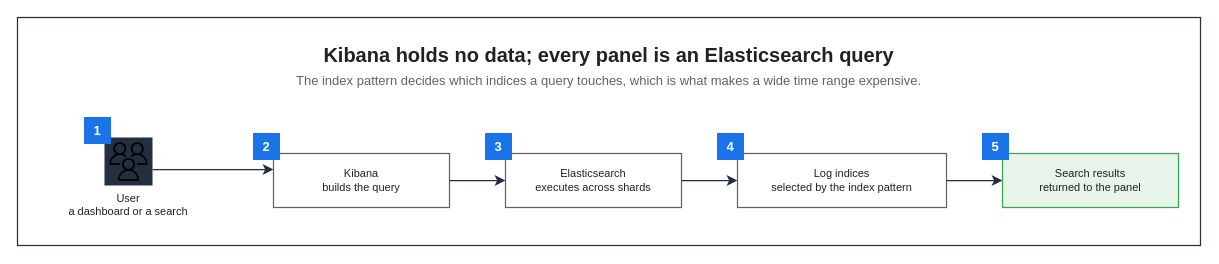
KKamJi98/kkamji98.github.io keeps this draw.io diagram as assets/img/observability/kibana-query-flow.drawio. Above is the earlier version. Source tidied: cells renumbered, new cells numbered last; positions are measured from the earlier drawing's top-left corner, leaving out a move shared by most shapes. Both pictures are drawn from the tidied source at 100%, with x=0, y=0 at pixel (17, 17).
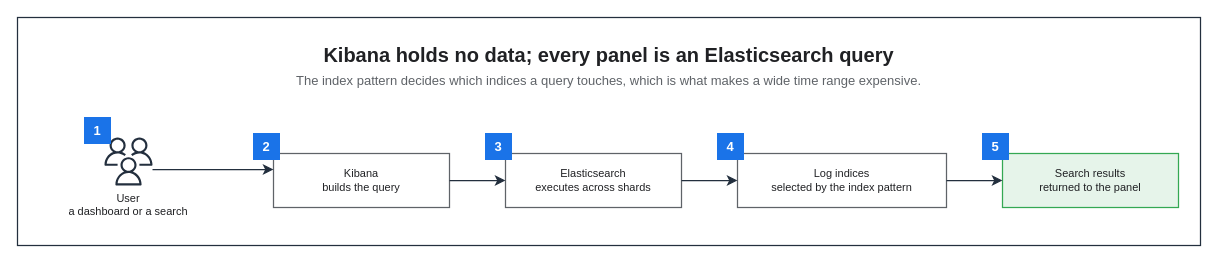
The same page after the edit.

Diff of the diagram source:
```diff
@@
 <mxGraphModel background="#FFFFFF">
   <root>
     <mxCell id="0" />
     <mxCell id="1" parent="0" />
     <mxCell id="2" style="rounded=0;html=0;fillColor=none;strokeColor=#232F3E;fontColor=#202124;strokeWidth=1.25;" parent="1" vertex="1">
       <mxGeometry width="1183" height="228" as="geometry" />
     </mxCell>
     <mxCell id="3" value="Kibana holds no data; every panel is an Elasticsearch query" style="text;html=0;whiteSpace=wrap;fillColor=none;strokeColor=none;fontColor=#202124;fontSize=20;fontStyle=1;align=center;verticalAlign=middle;" parent="1" vertex="1">
       <mxGeometry x="22" y="22" width="1139" height="30" as="geometry" />
     </mxCell>
     <mxCell id="4" value="The index pattern decides which indices a query touches, which is what makes a wide time range expensive." style="text;html=0;whiteSpace=wrap;fillColor=none;strokeColor=none;fontColor=#5F6368;fontSize=13;fontStyle=0;align=center;verticalAlign=middle;" parent="1" vertex="1">
       <mxGeometry x="22" y="52" width="1139" height="22" as="geometry" />
     </mxCell>
-    <mxCell id="5" value="User&#10;a dashboard or a search" style="sketch=0;outlineConnect=0;gradientColor=none;html=0;whiteSpace=nowrap;fontSize=11;fontStyle=0;fontColor=#202124;verticalLabelPosition=bottom;verticalAlign=top;align=center;labelBackgroundColor=none;fillColor=#232F3E;strokeColor=none;dashed=0;shape=mxgraph.aws4.resourceIcon;resIcon=mxgraph.aws4.users;" parent="1" vertex="1">
+    <mxCell id="5" value="User&#10;a dashboard or a search" style="sketch=0;outlineConnect=0;gradientColor=none;html=0;whiteSpace=nowrap;fontSize=11;fontStyle=0;fontColor=#202124;verticalLabelPosition=bottom;verticalAlign=top;align=center;labelBackgroundColor=none;fillColor=#232F3E;strokeColor=none;dashed=0;shape=mxgraph.aws4.users;" parent="1" vertex="1">
       <mxGeometry x="87" y="120" width="48" height="48" as="geometry" />
     </mxCell>
     <mxCell id="6" value="Kibana&#10;builds the query" style="rounded=0;whiteSpace=wrap;html=0;fillColor=#FFFFFF;strokeColor=#5F6368;fontColor=#202124;fontSize=11;fontStyle=0;align=center;verticalAlign=middle;spacingLeft=6;spacingRight=6;strokeWidth=1.25;" parent="1" vertex="1">
       <mxGeometry x="256" y="136" width="176" height="54" as="geometry" />
     </mxCell>
     <mxCell id="7" value="Elasticsearch&#10;executes across shards" style="rounded=0;whiteSpace=wrap;html=0;fillColor=#FFFFFF;strokeColor=#5F6368;fontColor=#202124;fontSize=11;fontStyle=0;align=center;verticalAlign=middle;spacingLeft=6;spacingRight=6;strokeWidth=1.25;" parent="1" vertex="1">
       <mxGeometry x="488" y="136" width="176" height="54" as="geometry" />
     </mxCell>
     <mxCell id="8" value="Log indices&#10;selected by the index pattern" style="rounded=0;whiteSpace=wrap;html=0;fillColor=#FFFFFF;strokeColor=#5F6368;fontColor=#202124;fontSize=11;fontStyle=0;align=center;verticalAlign=middle;spacingLeft=6;spacingRight=6;strokeWidth=1.25;" parent="1" vertex="1">
       <mxGeometry x="720" y="136" width="209" height="54" as="geometry" />
     </mxCell>
     <mxCell id="9" value="Search results&#10;returned to the panel" style="rounded=0;whiteSpace=wrap;html=0;fillColor=#E6F4EA;strokeColor=#34A853;fontColor=#202124;fontSize=11;fontStyle=0;align=center;verticalAlign=middle;spacingLeft=6;spacingRight=6;strokeWidth=1.25;" parent="1" vertex="1">
       <mxGeometry x="985" y="136" width="176" height="54" as="geometry" />
     </mxCell>
     <mxCell id="10" value="1" style="rounded=0;whiteSpace=wrap;html=0;fillColor=#1A73E8;strokeColor=#1A73E8;fontColor=#FFFFFF;fontSize=13;fontStyle=1;align=center;verticalAlign=middle;" parent="1" vertex="1">
       <mxGeometry x="67" y="100" width="26" height="26" as="geometry" />
     </mxCell>
     <mxCell id="11" value="2" style="rounded=0;whiteSpace=wrap;html=0;fillColor=#1A73E8;strokeColor=#1A73E8;fontColor=#FFFFFF;fontSize=13;fontStyle=1;align=center;verticalAlign=middle;" parent="1" vertex="1">
       <mxGeometry x="236" y="116" width="26" height="26" as="geometry" />
     </mxCell>
     <mxCell id="12" value="3" style="rounded=0;whiteSpace=wrap;html=0;fillColor=#1A73E8;strokeColor=#1A73E8;fontColor=#FFFFFF;fontSize=13;fontStyle=1;align=center;verticalAlign=middle;" parent="1" vertex="1">
       <mxGeometry x="468" y="116" width="26" height="26" as="geometry" />
     </mxCell>
     <mxCell id="13" value="4" style="rounded=0;whiteSpace=wrap;html=0;fillColor=#1A73E8;strokeColor=#1A73E8;fontColor=#FFFFFF;fontSize=13;fontStyle=1;align=center;verticalAlign=middle;" parent="1" vertex="1">
       <mxGeometry x="700" y="116" width="26" height="26" as="geometry" />
     </mxCell>
     <mxCell id="14" value="5" style="rounded=0;whiteSpace=wrap;html=0;fillColor=#1A73E8;strokeColor=#1A73E8;fontColor=#FFFFFF;fontSize=13;fontStyle=1;align=center;verticalAlign=middle;" parent="1" vertex="1">
       <mxGeometry x="965" y="116" width="26" height="26" as="geometry" />
     </mxCell>
     <mxCell id="15" style="edgeStyle=orthogonalEdgeStyle;rounded=0;html=0;strokeColor=#232F3E;strokeWidth=1.25;endArrow=classic;endFill=1;endSize=7;fontSize=11;fontColor=#202124;labelBackgroundColor=none;jettySize=14;exitX=1;exitY=0.6667;entryX=0;entryY=0.2963;exitDx=0;exitDy=0;entryDx=0;entryDy=0;" parent="1" edge="1" source="5" target="6">
       <mxGeometry relative="1" as="geometry" />
     </mxCell>
     <mxCell id="16" style="edgeStyle=orthogonalEdgeStyle;rounded=0;html=0;strokeColor=#232F3E;strokeWidth=1.25;endArrow=classic;endFill=1;endSize=7;fontSize=11;fontColor=#202124;labelBackgroundColor=none;jettySize=14;exitX=1;exitY=0.5;entryX=0;entryY=0.5;exitDx=0;exitDy=0;entryDx=0;entryDy=0;" parent="1" edge="1" source="6" target="7">
       <mxGeometry relative="1" as="geometry" />
     </mxCell>
     <mxCell id="17" style="edgeStyle=orthogonalEdgeStyle;rounded=0;html=0;strokeColor=#232F3E;strokeWidth=1.25;endArrow=classic;endFill=1;endSize=7;fontSize=11;fontColor=#202124;labelBackgroundColor=none;jettySize=14;exitX=1;exitY=0.5;entryX=0;entryY=0.5;exitDx=0;exitDy=0;entryDx=0;entryDy=0;" parent="1" edge="1" source="7" target="8">
       <mxGeometry relative="1" as="geometry" />
     </mxCell>
     <mxCell id="18" style="edgeStyle=orthogonalEdgeStyle;rounded=0;html=0;strokeColor=#232F3E;strokeWidth=1.25;endArrow=classic;endFill=1;endSize=7;fontSize=11;fontColor=#202124;labelBackgroundColor=none;jettySize=14;exitX=1;exitY=0.5;entryX=0;entryY=0.5;exitDx=0;exitDy=0;entryDx=0;entryDy=0;" parent="1" edge="1" source="8" target="9">
       <mxGeometry relative="1" as="geometry" />
     </mxCell>
   </root>
 </mxGraphModel>
```
